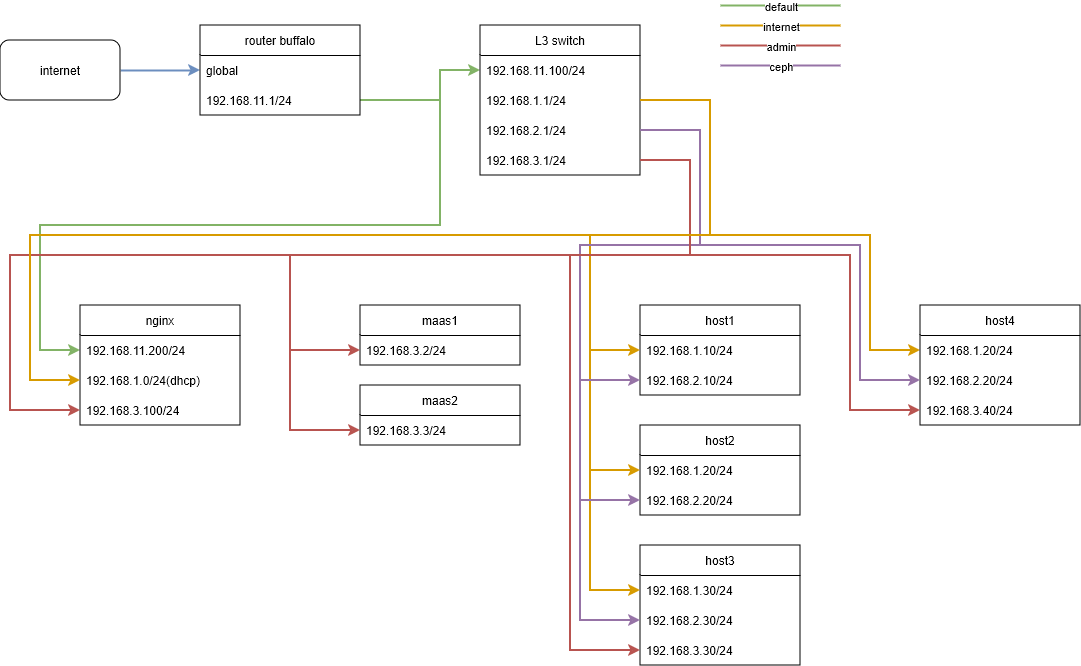
This is config/network.drawio.png from kigawa01/kigawa01, a draw.io export, as it was before one commit. Source tidied: cells renumbered, new cells last; positions are measured from the earlier drawing's top-left corner, leaving out a move shared by most shapes.
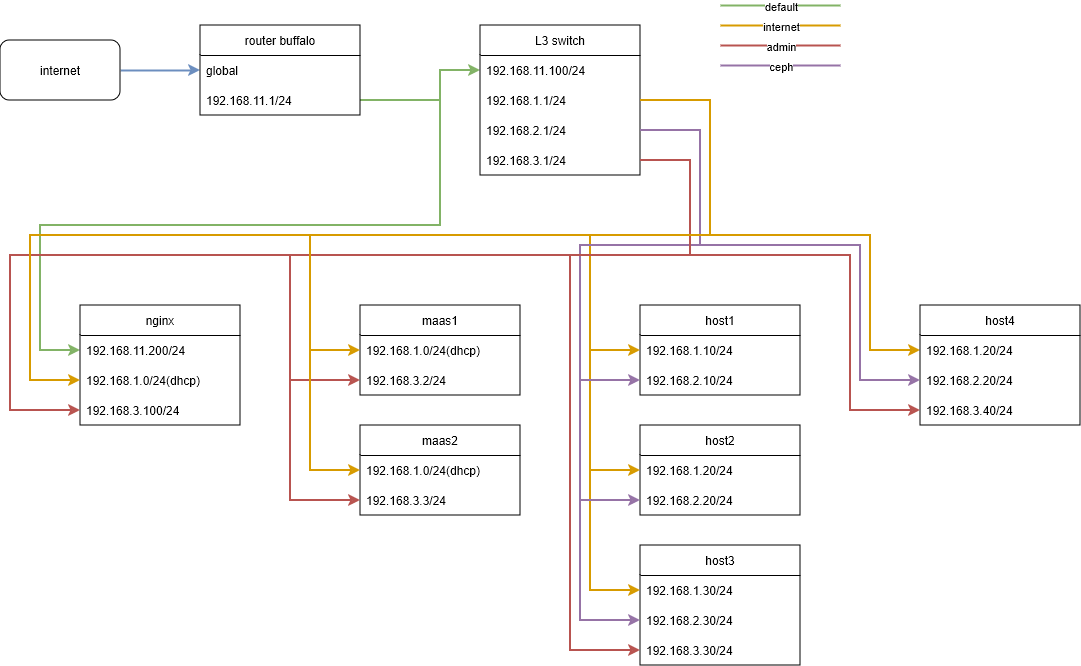
Above is the later version.

Commit message:
network.drawio.png を更新します

Diff of the diagram source:
```diff
@@ -73,10 +73,13 @@
       <mxGeometry y="90" width="160" height="30" as="geometry" />
     </mxCell>
     <mxCell id="19" value="maas1" style="swimlane;fontStyle=0;horizontal=1;startSize=30;whiteSpace=wrap;html=1;" parent="1" vertex="1">
-      <mxGeometry x="360" y="300" width="160" height="60" as="geometry" />
+      <mxGeometry x="360" y="300" width="160" height="90" as="geometry" />
     </mxCell>
+    <mxCell id="58" value="192.168.1.0/24(dhcp)" style="text;strokeColor=none;fillColor=none;align=left;verticalAlign=middle;spacingLeft=4;spacingRight=4;overflow=hidden;points=[[0,0.5],[1,0.5]];portConstraint=eastwest;whiteSpace=wrap;html=1;" parent="19" vertex="1">
+      <mxGeometry y="30" width="160" height="30" as="geometry" />
+    </mxCell>
     <mxCell id="20" value="192.168.3.2/24" style="text;strokeColor=none;fillColor=none;align=left;verticalAlign=middle;spacingLeft=4;spacingRight=4;overflow=hidden;points=[[0,0.5],[1,0.5]];portConstraint=eastwest;whiteSpace=wrap;html=1;" parent="19" vertex="1">
-      <mxGeometry y="30" width="160" height="30" as="geometry" />
+      <mxGeometry y="60" width="160" height="30" as="geometry" />
     </mxCell>
     <mxCell id="21" style="edgeStyle=orthogonalEdgeStyle;rounded=0;jettySize=auto;html=1;exitX=1;exitY=0.5;exitDx=0;exitDy=0;entryX=0;entryY=0.5;entryDx=0;entryDy=0;fillColor=#f8cecc;strokeColor=#b85450;strokeWidth=2;" parent="1" edge="1" source="14" target="20">
       <mxGeometry relative="1" as="geometry">
@@ -84,15 +87,18 @@
           <mxPoint x="690" y="155" />
           <mxPoint x="690" y="250" />
           <mxPoint x="290" y="250" />
-          <mxPoint x="290" y="345" />
+          <mxPoint x="290" y="375" />
         </Array>
       </mxGeometry>
     </mxCell>
     <mxCell id="22" value="maas2" style="swimlane;fontStyle=0;horizontal=1;startSize=30;whiteSpace=wrap;html=1;" parent="1" vertex="1">
-      <mxGeometry x="360" y="380" width="160" height="60" as="geometry" />
+      <mxGeometry x="360" y="420" width="160" height="90" as="geometry" />
     </mxCell>
+    <mxCell id="59" value="192.168.1.0/24(dhcp)" style="text;strokeColor=none;fillColor=none;align=left;verticalAlign=middle;spacingLeft=4;spacingRight=4;overflow=hidden;points=[[0,0.5],[1,0.5]];portConstraint=eastwest;whiteSpace=wrap;html=1;" parent="22" vertex="1">
+      <mxGeometry y="30" width="160" height="30" as="geometry" />
+    </mxCell>
     <mxCell id="23" value="192.168.3.3/24" style="text;strokeColor=none;fillColor=none;align=left;verticalAlign=middle;spacingLeft=4;spacingRight=4;overflow=hidden;points=[[0,0.5],[1,0.5]];portConstraint=eastwest;whiteSpace=wrap;html=1;" parent="22" vertex="1">
-      <mxGeometry y="30" width="160" height="30" as="geometry" />
+      <mxGeometry y="60" width="160" height="30" as="geometry" />
     </mxCell>
     <mxCell id="24" style="edgeStyle=orthogonalEdgeStyle;rounded=0;jettySize=auto;html=1;exitX=1;exitY=0.5;exitDx=0;exitDy=0;entryX=0;entryY=0.5;entryDx=0;entryDy=0;fillColor=#f8cecc;strokeColor=#b85450;strokeWidth=2;" parent="1" edge="1" source="14" target="23">
       <mxGeometry relative="1" as="geometry">
@@ -100,7 +106,7 @@
           <mxPoint x="690" y="155" />
           <mxPoint x="690" y="250" />
           <mxPoint x="290" y="250" />
-          <mxPoint x="290" y="425" />
+          <mxPoint x="290" y="495" />
         </Array>
       </mxGeometry>
     </mxCell>
@@ -292,5 +298,25 @@
         </Array>
       </mxGeometry>
     </mxCell>
+    <mxCell id="60" style="edgeStyle=orthogonalEdgeStyle;rounded=0;jettySize=auto;html=1;exitX=1;exitY=0.5;exitDx=0;exitDy=0;entryX=0;entryY=0.5;entryDx=0;entryDy=0;fillColor=#ffe6cc;strokeColor=#d79b00;strokeWidth=2;" parent="1" edge="1" source="12" target="58">
+      <mxGeometry relative="1" as="geometry">
+        <Array as="points">
+          <mxPoint x="710" y="95" />
+          <mxPoint x="710" y="230" />
+          <mxPoint x="310" y="230" />
+          <mxPoint x="310" y="345" />
+        </Array>
+      </mxGeometry>
+    </mxCell>
+    <mxCell id="61" style="edgeStyle=orthogonalEdgeStyle;rounded=0;jettySize=auto;html=1;exitX=1;exitY=0.5;exitDx=0;exitDy=0;entryX=0;entryY=0.5;entryDx=0;entryDy=0;fillColor=#ffe6cc;strokeColor=#d79b00;strokeWidth=2;" parent="1" edge="1" source="12" target="59">
+      <mxGeometry relative="1" as="geometry">
+        <Array as="points">
+          <mxPoint x="710" y="95" />
+          <mxPoint x="710" y="230" />
+          <mxPoint x="310" y="230" />
+          <mxPoint x="310" y="465" />
+        </Array>
+      </mxGeometry>
+    </mxCell>
   </root>
 </mxGraphModel>
```
